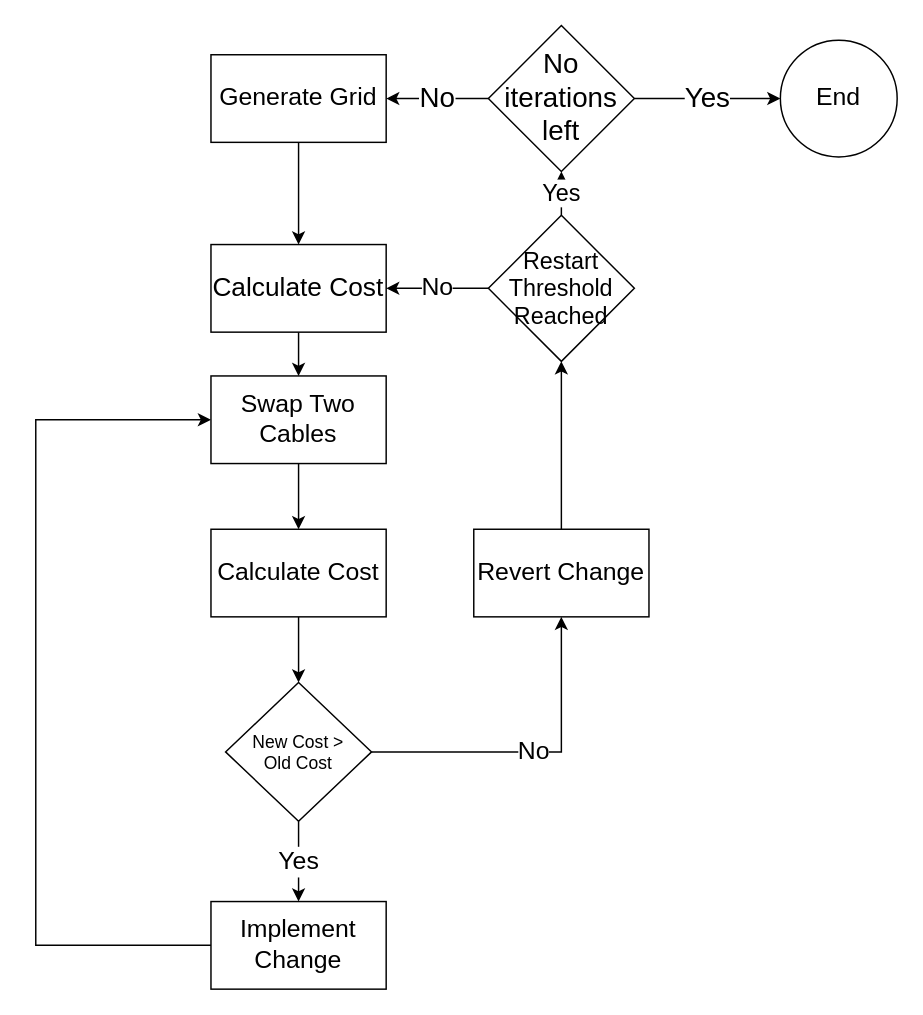
Above: Flowchart Main.drawio in M-wag/algo_smartgrid (draw.io), before the change. Source tidied: cells renumbered, new cells numbered last; positions are measured from the earlier drawing's top-left corner, leaving out a move shared by most shapes. Both pictures are drawn from the tidied source at 146%, with x=0, y=0 at pixel (35, 25).
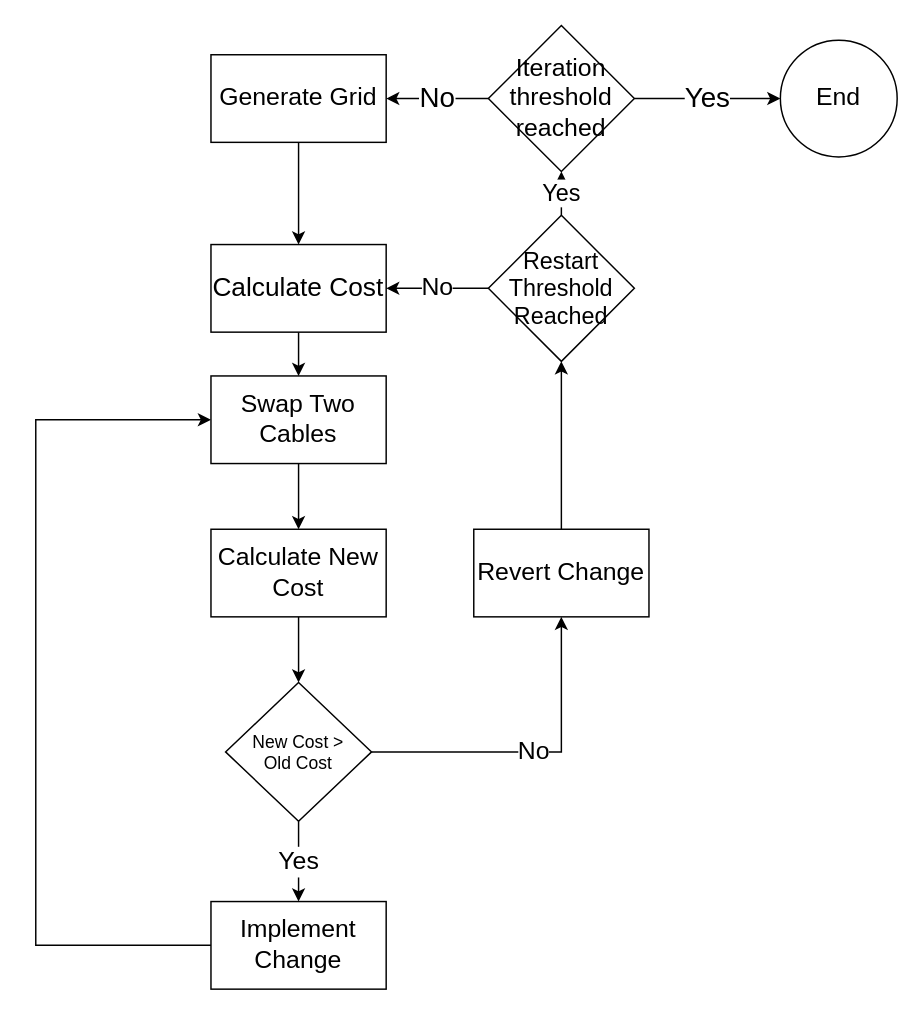
The same diagram, later.

The edit, as a diff of the source:
```diff
@@
-    <mxCell id="9" value="&lt;font style=&quot;font-size: 17px;&quot;&gt;Calculate Cost&lt;/font&gt;" style="rounded=0;whiteSpace=wrap;html=1;" parent="1" vertex="1">
+    <mxCell id="9" value="&lt;font style=&quot;font-size: 17px;&quot;&gt;Calculate New Cost&lt;/font&gt;" style="rounded=0;whiteSpace=wrap;html=1;" parent="1" vertex="1">
       <mxGeometry x="120" y="345" width="120" height="60" as="geometry" />
     </mxCell>
@@
-    <mxCell id="23" value="&lt;div style=&quot;font-size: 19px;&quot;&gt;&lt;font style=&quot;font-size: 19px;&quot;&gt;No iterations &lt;br&gt;&lt;/font&gt;&lt;/div&gt;&lt;div style=&quot;font-size: 19px;&quot;&gt;&lt;font style=&quot;font-size: 19px;&quot;&gt;left&lt;br&gt;&lt;/font&gt;&lt;/div&gt;" style="rhombus;whiteSpace=wrap;html=1;fontSize=17;" parent="1" vertex="1">
+    <mxCell id="23" value="Iteration threshold reached" style="rhombus;whiteSpace=wrap;html=1;fontSize=17;" parent="1" vertex="1">
       <mxGeometry x="310" width="100" height="100" as="geometry" />
     </mxCell>
```
